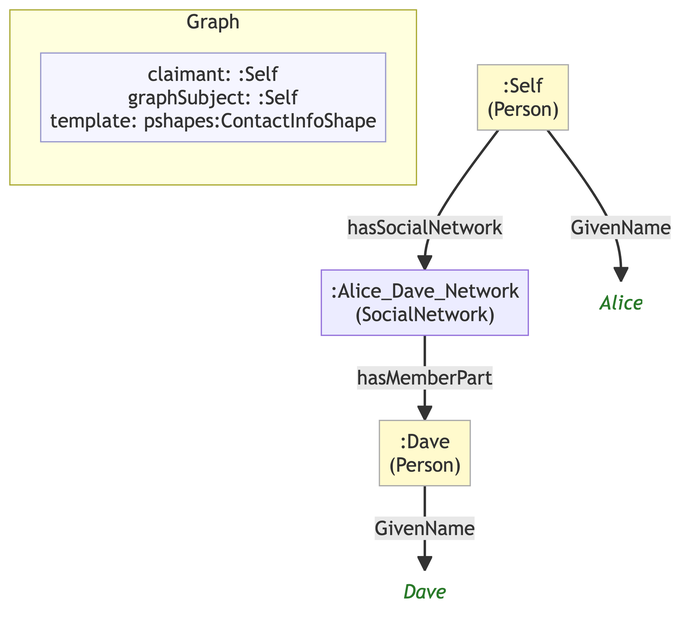
Above: example/graphs/images/graph-66.png in MeeFoundation/mia-ontologies (Mermaid), before the change. Its source is kept beside it as example/graphs/images/graph-66.mmd.
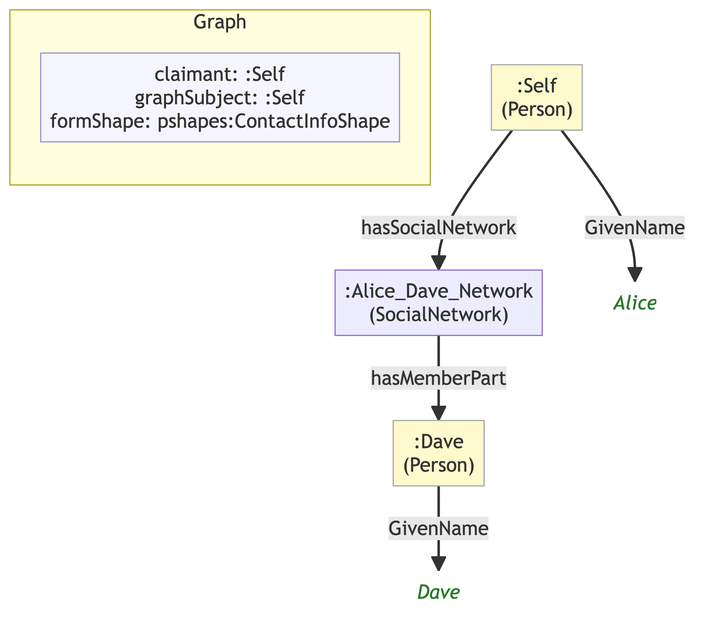
After the change.

The edit, as a diff of the source:
```diff
@@ -7,16 +7,16 @@
 
     subgraph ctx["Graph"]
         direction LR
-        ctx_meta["claimant: :Self\ngraphSubject: :Self\ntemplate: pshapes:ContactInfoShape"]:::meta
+        ctx_meta["claimant: :Self\ngraphSubject: :Self\nformShape: pshapes:ContactInfoShape"]:::meta
     end
 
-    n221797f598d5[":Alice_Dave_Network\n(SocialNetwork)"]
-    n1c28f5f47932[":Dave\n(Person)"]:::person
-    nd32bdacd7fbe("Dave"):::lit
-    ne0c3ba92f1db[":Self\n(Person)"]:::person
-    ne07dce9b1d35("Alice"):::lit
+    n51f59fdbffe5[":Alice_Dave_Network\n(SocialNetwork)"]
+    nb69bdc5e9e9b[":Dave\n(Person)"]:::person
+    n1bc059c4a943("Dave"):::lit
+    n655e442e50be[":Self\n(Person)"]:::person
+    nbcf3fff48b38("Alice"):::lit
 
-    n221797f598d5 -->|"hasMemberPart"| n1c28f5f47932
-    n1c28f5f47932 -->|"GivenName"| nd32bdacd7fbe
-    ne0c3ba92f1db -->|"GivenName"| ne07dce9b1d35
-    ne0c3ba92f1db -->|"hasSocialNetwork"| n221797f598d5
+    n51f59fdbffe5 -->|"hasMemberPart"| nb69bdc5e9e9b
+    nb69bdc5e9e9b -->|"GivenName"| n1bc059c4a943
+    n655e442e50be -->|"GivenName"| nbcf3fff48b38
+    n655e442e50be -->|"hasSocialNetwork"| n51f59fdbffe5
```
